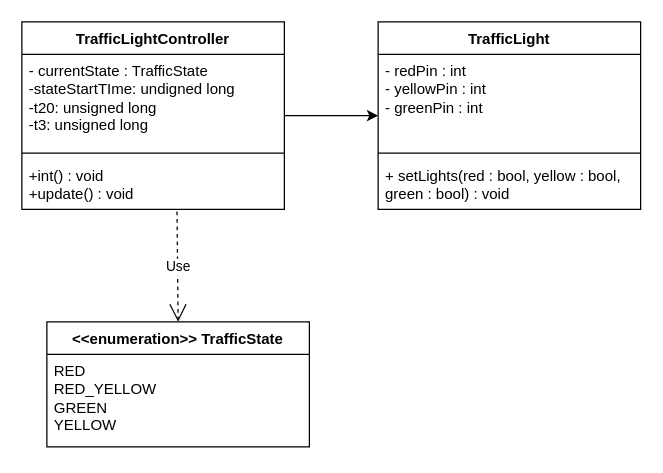
Above: task1_single_light/class diagram.drawio in emaansajid-dev/emdedded-system-lab-project (draw.io), before the change. Source tidied: cells renumbered, new cells numbered last; positions are measured from the earlier drawing's top-left corner, leaving out a move shared by most shapes. Both pictures are drawn from the tidied source at 125%, with x=0, y=0 at pixel (21, 21).
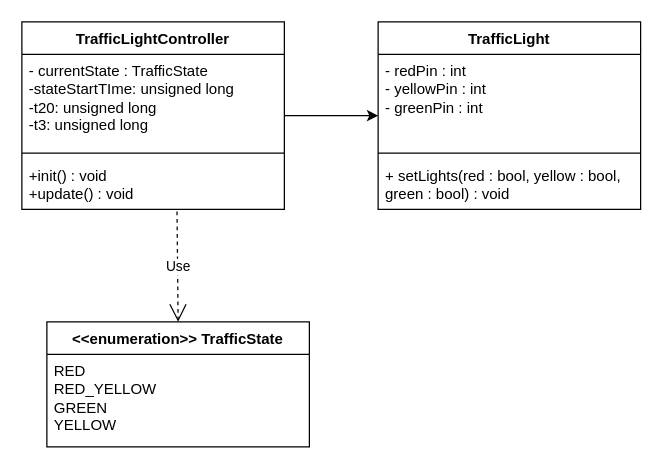
After the change.

The edit, as a diff of the source:
```diff
@@
 <mxGraphModel>
   <root>
     <mxCell id="0" />
     <mxCell id="1" parent="0" />
     <mxCell id="2" style="edgeStyle=orthogonalEdgeStyle;rounded=0;jettySize=auto;html=1;entryX=0;entryY=0.5;entryDx=0;entryDy=0;defaultLabelBackgroundColor=page;labelPadding=0 4;" parent="1" edge="1" source="3" target="7">
       <mxGeometry relative="1" as="geometry" />
     </mxCell>
     <mxCell id="3" value="TrafficLightController" style="swimlane;fontStyle=1;align=center;verticalAlign=top;horizontal=1;startSize=26;whiteSpace=wrap;html=1;" parent="1" vertex="1">
       <mxGeometry width="210" height="150" as="geometry" />
     </mxCell>
-    <mxCell id="4" value="- currentState : TrafficState&lt;div&gt;-stateStartTIme: undigned long&lt;/div&gt;&lt;div&gt;-t20: unsigned long&lt;/div&gt;&lt;div&gt;-t3: unsigned long&lt;/div&gt;" style="text;strokeColor=none;fillColor=none;align=left;verticalAlign=top;spacingLeft=4;spacingRight=4;overflow=hidden;whiteSpace=wrap;html=1;" parent="3" vertex="1">
+    <mxCell id="4" value="- currentState : TrafficState&lt;div&gt;-stateStartTIme: unsigned long&lt;/div&gt;&lt;div&gt;-t20: unsigned long&lt;/div&gt;&lt;div&gt;-t3: unsigned long&lt;/div&gt;" style="text;strokeColor=none;fillColor=none;align=left;verticalAlign=top;spacingLeft=4;spacingRight=4;overflow=hidden;whiteSpace=wrap;html=1;" parent="3" vertex="1">
       <mxGeometry y="26" width="210" height="74" as="geometry" />
     </mxCell>
     <mxCell id="5" style="line;strokeWidth=1;fillColor=none;align=left;verticalAlign=middle;spacingTop=-1;spacingLeft=3;spacingRight=3;labelPosition=right;strokeColor=inherit;labelPerimeter=1;" parent="3" vertex="1">
       <mxGeometry y="100" width="210" height="10" as="geometry" />
     </mxCell>
-    <mxCell id="6" value="+int() : void&lt;div&gt;+update() : void&lt;/div&gt;&lt;div&gt;&lt;br&gt;&lt;/div&gt;" style="text;strokeColor=none;fillColor=none;align=left;verticalAlign=top;spacingLeft=4;spacingRight=4;overflow=hidden;points=[[0,0.5],[1,0.5]];portConstraint=eastwest;whiteSpace=wrap;html=1;" parent="3" vertex="1">
+    <mxCell id="6" value="+init() : void&lt;div&gt;+update() : void&lt;/div&gt;&lt;div&gt;&lt;br&gt;&lt;/div&gt;" style="text;strokeColor=none;fillColor=none;align=left;verticalAlign=top;spacingLeft=4;spacingRight=4;overflow=hidden;points=[[0,0.5],[1,0.5]];portConstraint=eastwest;whiteSpace=wrap;html=1;" parent="3" vertex="1">
       <mxGeometry y="110" width="210" height="40" as="geometry" />
     </mxCell>
     <mxCell id="7" value="TrafficLight" style="swimlane;fontStyle=1;align=center;verticalAlign=top;horizontal=1;startSize=26;whiteSpace=wrap;html=1;" parent="1" vertex="1">
       <mxGeometry x="285" width="210" height="150" as="geometry" />
     </mxCell>
     <mxCell id="8" value="- redPin : int&lt;div&gt;- yellowPin : int&lt;/div&gt;&lt;div&gt;- greenPin : int&lt;/div&gt;" style="text;strokeColor=none;fillColor=none;align=left;verticalAlign=top;spacingLeft=4;spacingRight=4;overflow=hidden;whiteSpace=wrap;html=1;" parent="7" vertex="1">
       <mxGeometry y="26" width="210" height="74" as="geometry" />
     </mxCell>
     <mxCell id="9" style="line;strokeWidth=1;fillColor=none;align=left;verticalAlign=middle;spacingTop=-1;spacingLeft=3;spacingRight=3;labelPosition=right;strokeColor=inherit;labelPerimeter=1;" parent="7" vertex="1">
       <mxGeometry y="100" width="210" height="10" as="geometry" />
     </mxCell>
     <mxCell id="10" value="&lt;div&gt;+ setLights(red : bool, yellow : bool, green : bool) : void&lt;/div&gt;" style="text;strokeColor=none;fillColor=none;align=left;verticalAlign=top;spacingLeft=4;spacingRight=4;overflow=hidden;whiteSpace=wrap;html=1;" parent="7" vertex="1">
       <mxGeometry y="110" width="210" height="40" as="geometry" />
     </mxCell>
     <mxCell id="11" value="&amp;lt;&amp;lt;enumeration&amp;gt;&amp;gt; TrafficState" style="swimlane;fontStyle=1;align=center;verticalAlign=top;horizontal=1;startSize=26;whiteSpace=wrap;html=1;" parent="1" vertex="1">
       <mxGeometry x="20" y="240" width="210" height="100" as="geometry" />
     </mxCell>
     <mxCell id="12" value="&lt;div&gt;RED&lt;/div&gt;&lt;div&gt;RED_YELLOW&lt;/div&gt;&lt;div&gt;GREEN&lt;/div&gt;&lt;div&gt;YELLOW&lt;/div&gt;" style="text;strokeColor=none;fillColor=none;align=left;verticalAlign=top;spacingLeft=4;spacingRight=4;overflow=hidden;whiteSpace=wrap;html=1;" parent="11" vertex="1">
       <mxGeometry y="26" width="210" height="74" as="geometry" />
     </mxCell>
     <mxCell id="13" value="Use" style="endArrow=open;endSize=12;dashed=1;html=1;rounded=0;defaultLabelBackgroundColor=page;labelPadding=0 4;exitX=0.591;exitY=1.041;exitDx=0;exitDy=0;exitPerimeter=0;entryX=0.5;entryY=0;entryDx=0;entryDy=0;" parent="1" edge="1" source="6" target="11">
       <mxGeometry relative="1" as="geometry" />
     </mxCell>
   </root>
 </mxGraphModel>
```
